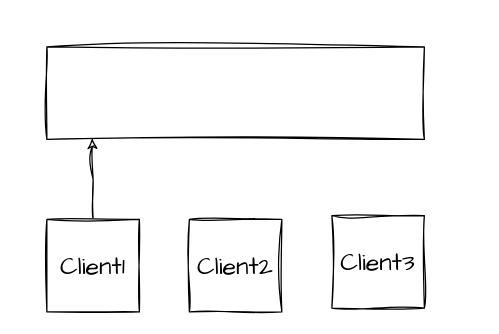
The draw.io diagram demo.drawio in HoShum/drawio, before the edit. Source tidied: cells renumbered, new cells numbered last; positions are measured from the earlier drawing's top-left corner, leaving out a move shared by most shapes. Both pictures are drawn from the tidied source at 125%, with x=0, y=0 at pixel (46, 46).
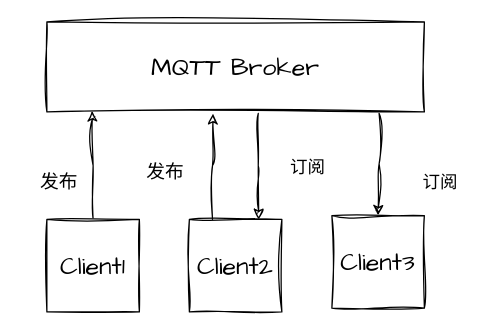
The same page after the edit.

Diff of the diagram source:
```diff
@@
 <mxGraphModel background="#ffffff">
   <root>
     <mxCell id="0" />
     <mxCell id="1" parent="0" />
-    <mxCell id="2" style="rounded=0;whiteSpace=wrap;html=1;sketch=1;hachureGap=4;jiggle=2;curveFitting=1;fontFamily=Architects Daughter;fontSize=20;" parent="1" vertex="1">
-      <mxGeometry width="302" height="74" as="geometry" />
+    <mxCell id="2" value="MQTT Broker" style="rounded=0;whiteSpace=wrap;html=1;sketch=1;hachureGap=4;jiggle=2;curveFitting=1;fontFamily=Architects Daughter;fontSize=20;" parent="1" vertex="1">
+      <mxGeometry y="-20" width="302" height="72" as="geometry" />
     </mxCell>
     <mxCell id="3" style="edgeStyle=orthogonalEdgeStyle;rounded=0;sketch=1;hachureGap=4;jiggle=2;curveFitting=1;jettySize=auto;html=1;exitX=0.5;exitY=0;exitDx=0;exitDy=0;entryX=0.12;entryY=0.989;entryDx=0;entryDy=0;entryPerimeter=0;fontFamily=Architects Daughter;fontSize=16;" parent="1" edge="1" source="4" target="2">
       <mxGeometry relative="1" as="geometry" />
     </mxCell>
     <mxCell id="4" value="Client1" style="whiteSpace=wrap;html=1;sketch=1;hachureGap=4;jiggle=2;curveFitting=1;fontFamily=Architects Daughter;fontSize=20;" parent="1" vertex="1">
       <mxGeometry y="138" width="74" height="74" as="geometry" />
     </mxCell>
+    <mxCell id="7" style="edgeStyle=orthogonalEdgeStyle;rounded=0;sketch=1;hachureGap=4;jiggle=2;curveFitting=1;jettySize=auto;html=1;exitX=0.25;exitY=0;exitDx=0;exitDy=0;entryX=0.44;entryY=1.022;entryDx=0;entryDy=0;entryPerimeter=0;fontFamily=Architects Daughter;fontSize=16;" parent="1" edge="1" source="5" target="2">
+      <mxGeometry relative="1" as="geometry" />
+    </mxCell>
+    <mxCell id="8" style="edgeStyle=orthogonalEdgeStyle;rounded=0;sketch=1;hachureGap=4;jiggle=2;curveFitting=1;jettySize=auto;html=1;exitX=0.56;exitY=1.017;exitDx=0;exitDy=0;entryX=0.75;entryY=0;entryDx=0;entryDy=0;fontFamily=Architects Daughter;fontSize=16;exitPerimeter=0;" parent="1" edge="1" source="2" target="5">
+      <mxGeometry relative="1" as="geometry" />
+    </mxCell>
     <mxCell id="5" value="Client2" style="whiteSpace=wrap;html=1;sketch=1;hachureGap=4;jiggle=2;curveFitting=1;fontFamily=Architects Daughter;fontSize=20;" parent="1" vertex="1">
       <mxGeometry x="114" y="138" width="74" height="74" as="geometry" />
     </mxCell>
+    <mxCell id="9" style="edgeStyle=orthogonalEdgeStyle;rounded=0;sketch=1;hachureGap=4;jiggle=2;curveFitting=1;jettySize=auto;html=1;fontFamily=Architects Daughter;fontSize=16;exitX=0.88;exitY=1.016;exitDx=0;exitDy=0;exitPerimeter=0;" parent="1" edge="1" source="2" target="6">
+      <mxGeometry relative="1" as="geometry" />
+    </mxCell>
     <mxCell id="6" value="Client3" style="whiteSpace=wrap;html=1;sketch=1;hachureGap=4;jiggle=2;curveFitting=1;fontFamily=Architects Daughter;fontSize=20;" parent="1" vertex="1">
       <mxGeometry x="228" y="135" width="74" height="74" as="geometry" />
     </mxCell>
+    <mxCell id="10" value="&lt;font style=&quot;font-size: 15px;&quot;&gt;发布&lt;/font&gt;" style="text;html=1;strokeColor=none;fillColor=none;align=center;verticalAlign=middle;whiteSpace=wrap;rounded=0;fontSize=20;fontFamily=Architects Daughter;" parent="1" vertex="1">
+      <mxGeometry x="-20" y="91" width="60" height="30" as="geometry" />
+    </mxCell>
+    <mxCell id="11" value="&lt;font style=&quot;font-size: 14px;&quot;&gt;订阅&lt;/font&gt;" style="text;html=1;strokeColor=none;fillColor=none;align=center;verticalAlign=middle;whiteSpace=wrap;rounded=0;fontSize=20;fontFamily=Architects Daughter;" parent="1" vertex="1">
+      <mxGeometry x="285" y="91" width="60" height="30" as="geometry" />
+    </mxCell>
+    <mxCell id="12" value="&lt;font style=&quot;font-size: 15px;&quot;&gt;发布&lt;/font&gt;" style="text;html=1;strokeColor=none;fillColor=none;align=center;verticalAlign=middle;whiteSpace=wrap;rounded=0;fontSize=20;fontFamily=Architects Daughter;" parent="1" vertex="1">
+      <mxGeometry x="65" y="83" width="60" height="30" as="geometry" />
+    </mxCell>
+    <mxCell id="13" value="&lt;font style=&quot;font-size: 14px;&quot;&gt;订阅&lt;/font&gt;" style="text;html=1;strokeColor=none;fillColor=none;align=center;verticalAlign=middle;whiteSpace=wrap;rounded=0;fontSize=20;fontFamily=Architects Daughter;" parent="1" vertex="1">
+      <mxGeometry x="179" y="79" width="60" height="30" as="geometry" />
+    </mxCell>
   </root>
 </mxGraphModel>
```
